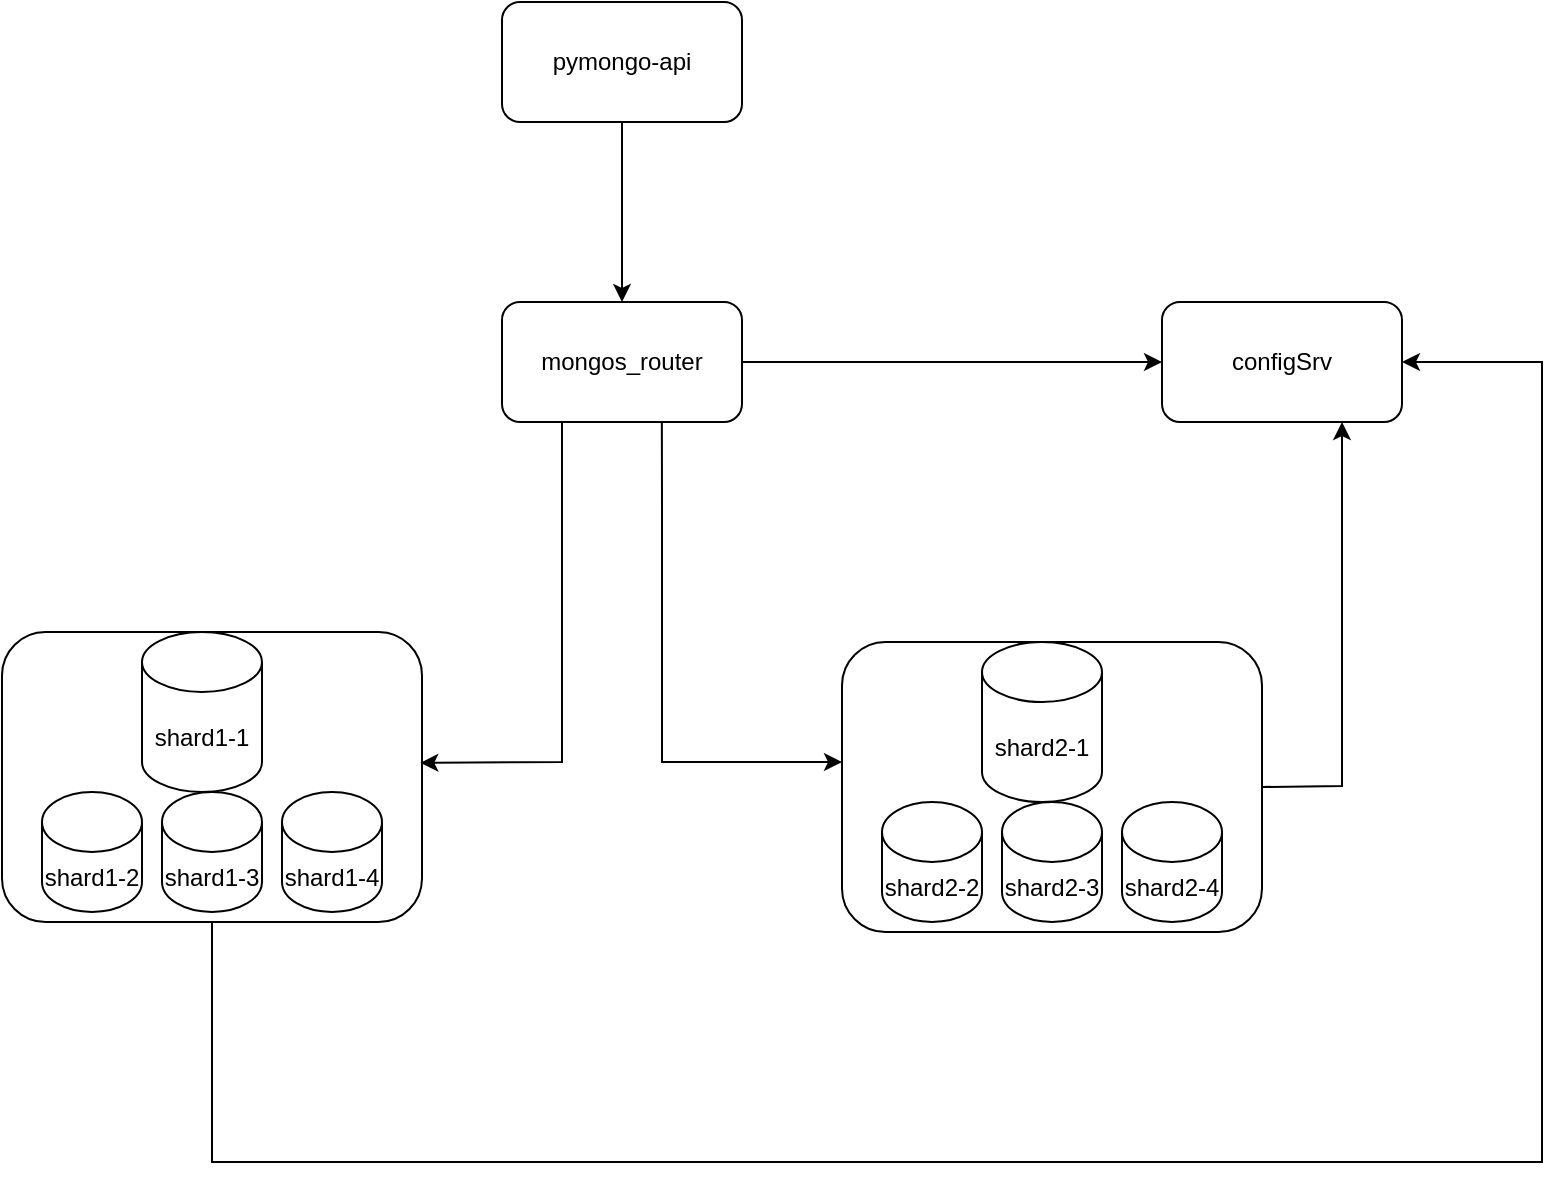
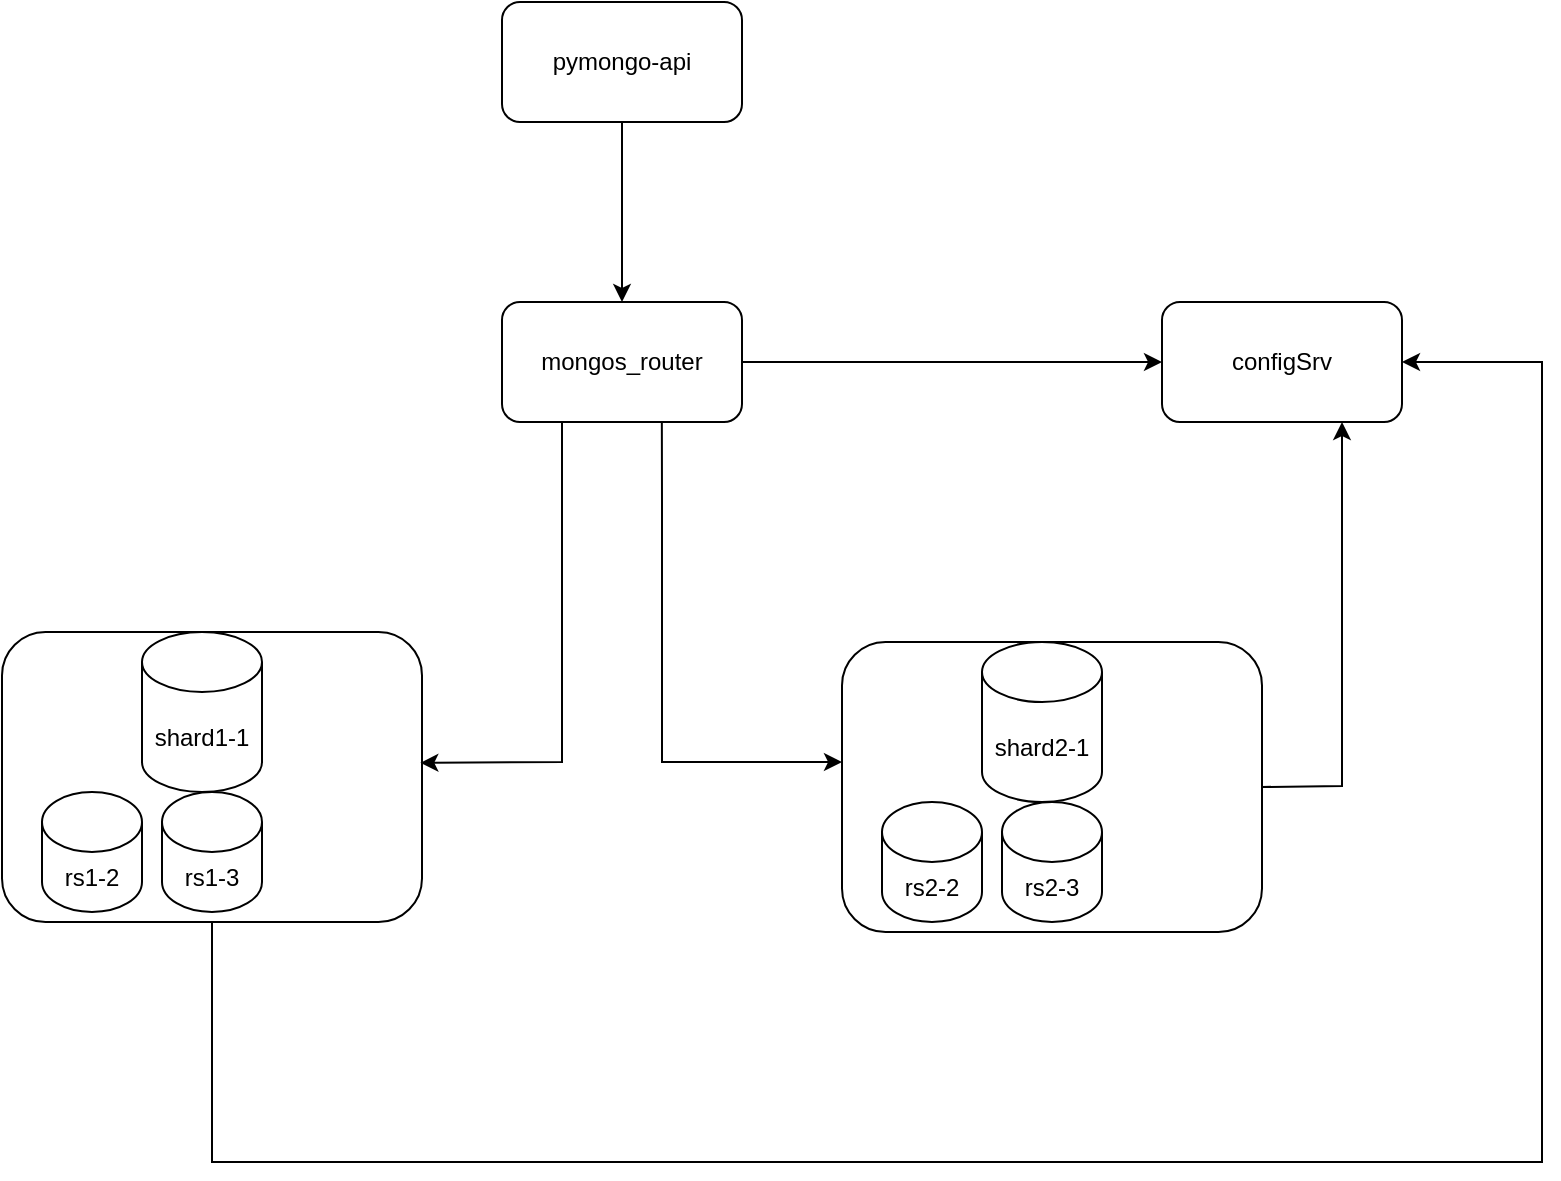
<mxfile host="Electron" agent="Mozilla/5.0 (Macintosh; Intel Mac OS X 10_15_7) AppleWebKit/537.36 (KHTML, like Gecko) draw.io/27.0.9 Chrome/134.0.6998.205 Electron/35.4.0 Safari/537.36" version="27.0.9">
  <diagram name="Page-1" id="-H_mtQnk-PTXWXPvYvuk">
    <mxGraphModel dx="1198" dy="914" grid="1" gridSize="10" guides="1" tooltips="1" connect="1" arrows="1" fold="1" page="1" pageScale="1" pageWidth="1169" pageHeight="827" math="0" shadow="0">
      <root>
        <mxCell id="0" />
        <mxCell id="1" parent="0" />
        <mxCell id="CvNH-Yc4kmu2Opaz4pRZ-20" value="" style="rounded=1;whiteSpace=wrap;html=1;" vertex="1" parent="1">
          <mxGeometry x="570" y="420" width="210" height="145" as="geometry" />
        </mxCell>
        <mxCell id="CvNH-Yc4kmu2Opaz4pRZ-19" value="" style="rounded=1;whiteSpace=wrap;html=1;" vertex="1" parent="1">
          <mxGeometry x="150" y="415" width="210" height="145" as="geometry" />
        </mxCell>
        <mxCell id="zA23MoTUsTF4_91t8viU-2" value="shard1-1" style="shape=cylinder3;whiteSpace=wrap;html=1;boundedLbl=1;backgroundOutline=1;size=15;" parent="1" vertex="1">
          <mxGeometry x="220" y="415" width="60" height="80" as="geometry" />
        </mxCell>
        <mxCell id="zA23MoTUsTF4_91t8viU-3" value="pymongo-api" style="rounded=1;whiteSpace=wrap;html=1;" parent="1" vertex="1">
          <mxGeometry x="400" y="100" width="120" height="60" as="geometry" />
        </mxCell>
        <mxCell id="CvNH-Yc4kmu2Opaz4pRZ-2" value="shard2-1" style="shape=cylinder3;whiteSpace=wrap;html=1;boundedLbl=1;backgroundOutline=1;size=15;" vertex="1" parent="1">
          <mxGeometry x="640" y="420" width="60" height="80" as="geometry" />
        </mxCell>
        <mxCell id="CvNH-Yc4kmu2Opaz4pRZ-4" value="configSrv" style="rounded=1;whiteSpace=wrap;html=1;" vertex="1" parent="1">
          <mxGeometry x="730" y="250" width="120" height="60" as="geometry" />
        </mxCell>
        <mxCell id="CvNH-Yc4kmu2Opaz4pRZ-5" value="mongos_router" style="rounded=1;whiteSpace=wrap;html=1;" vertex="1" parent="1">
          <mxGeometry x="400" y="250" width="120" height="60" as="geometry" />
        </mxCell>
        <mxCell id="CvNH-Yc4kmu2Opaz4pRZ-6" value="" style="endArrow=classic;html=1;rounded=0;exitX=0.5;exitY=1;exitDx=0;exitDy=0;entryX=0.5;entryY=0;entryDx=0;entryDy=0;" edge="1" parent="1" source="zA23MoTUsTF4_91t8viU-3" target="CvNH-Yc4kmu2Opaz4pRZ-5">
          <mxGeometry width="50" height="50" relative="1" as="geometry">
            <mxPoint x="500" y="430" as="sourcePoint" />
            <mxPoint x="550" y="380" as="targetPoint" />
          </mxGeometry>
        </mxCell>
        <mxCell id="CvNH-Yc4kmu2Opaz4pRZ-7" value="" style="endArrow=classic;html=1;rounded=0;exitX=0.25;exitY=1;exitDx=0;exitDy=0;entryX=0.996;entryY=0.451;entryDx=0;entryDy=0;entryPerimeter=0;" edge="1" parent="1" source="CvNH-Yc4kmu2Opaz4pRZ-5" target="CvNH-Yc4kmu2Opaz4pRZ-19">
          <mxGeometry width="50" height="50" relative="1" as="geometry">
            <mxPoint x="319.5" y="180" as="sourcePoint" />
            <mxPoint x="430" y="440" as="targetPoint" />
            <Array as="points">
              <mxPoint x="430" y="350" />
              <mxPoint x="430" y="370" />
              <mxPoint x="430" y="480" />
            </Array>
          </mxGeometry>
        </mxCell>
        <mxCell id="CvNH-Yc4kmu2Opaz4pRZ-8" value="" style="endArrow=classic;html=1;rounded=0;exitX=0.666;exitY=1.003;exitDx=0;exitDy=0;exitPerimeter=0;" edge="1" parent="1" source="CvNH-Yc4kmu2Opaz4pRZ-5">
          <mxGeometry width="50" height="50" relative="1" as="geometry">
            <mxPoint x="610" y="320" as="sourcePoint" />
            <mxPoint x="570" y="480" as="targetPoint" />
            <Array as="points">
              <mxPoint x="480" y="350" />
              <mxPoint x="480" y="480" />
            </Array>
          </mxGeometry>
        </mxCell>
        <mxCell id="CvNH-Yc4kmu2Opaz4pRZ-12" value="" style="endArrow=classic;html=1;rounded=0;exitX=1;exitY=0.5;exitDx=0;exitDy=0;entryX=0;entryY=0.5;entryDx=0;entryDy=0;" edge="1" parent="1" source="CvNH-Yc4kmu2Opaz4pRZ-5" target="CvNH-Yc4kmu2Opaz4pRZ-4">
          <mxGeometry width="50" height="50" relative="1" as="geometry">
            <mxPoint x="580" y="200" as="sourcePoint" />
            <mxPoint x="580" y="290" as="targetPoint" />
          </mxGeometry>
        </mxCell>
-         <mxCell id="CvNH-Yc4kmu2Opaz4pRZ-13" value="shard1-4" style="shape=cylinder3;whiteSpace=wrap;html=1;boundedLbl=1;backgroundOutline=1;size=15;" vertex="1" parent="1">
-           <mxGeometry x="290" y="495" width="50" height="60" as="geometry" />
-         </mxCell>
-         <mxCell id="CvNH-Yc4kmu2Opaz4pRZ-14" value="shard1-3" style="shape=cylinder3;whiteSpace=wrap;html=1;boundedLbl=1;backgroundOutline=1;size=15;" vertex="1" parent="1">
+         <mxCell id="CvNH-Yc4kmu2Opaz4pRZ-14" value="rs1-3" style="shape=cylinder3;whiteSpace=wrap;html=1;boundedLbl=1;backgroundOutline=1;size=15;" vertex="1" parent="1">
          <mxGeometry x="230" y="495" width="50" height="60" as="geometry" />
        </mxCell>
-         <mxCell id="CvNH-Yc4kmu2Opaz4pRZ-15" value="shard1-2" style="shape=cylinder3;whiteSpace=wrap;html=1;boundedLbl=1;backgroundOutline=1;size=15;" vertex="1" parent="1">
+         <mxCell id="CvNH-Yc4kmu2Opaz4pRZ-15" value="rs1-2" style="shape=cylinder3;whiteSpace=wrap;html=1;boundedLbl=1;backgroundOutline=1;size=15;" vertex="1" parent="1">
          <mxGeometry x="170" y="495" width="50" height="60" as="geometry" />
        </mxCell>
-         <mxCell id="CvNH-Yc4kmu2Opaz4pRZ-16" value="shard2-2" style="shape=cylinder3;whiteSpace=wrap;html=1;boundedLbl=1;backgroundOutline=1;size=15;" vertex="1" parent="1">
+         <mxCell id="CvNH-Yc4kmu2Opaz4pRZ-16" value="rs2-2" style="shape=cylinder3;whiteSpace=wrap;html=1;boundedLbl=1;backgroundOutline=1;size=15;" vertex="1" parent="1">
          <mxGeometry x="590" y="500" width="50" height="60" as="geometry" />
        </mxCell>
-         <mxCell id="CvNH-Yc4kmu2Opaz4pRZ-17" value="shard2-3" style="shape=cylinder3;whiteSpace=wrap;html=1;boundedLbl=1;backgroundOutline=1;size=15;" vertex="1" parent="1">
+         <mxCell id="CvNH-Yc4kmu2Opaz4pRZ-17" value="rs2-3" style="shape=cylinder3;whiteSpace=wrap;html=1;boundedLbl=1;backgroundOutline=1;size=15;" vertex="1" parent="1">
          <mxGeometry x="650" y="500" width="50" height="60" as="geometry" />
-         </mxCell>
-         <mxCell id="CvNH-Yc4kmu2Opaz4pRZ-18" value="shard2-4" style="shape=cylinder3;whiteSpace=wrap;html=1;boundedLbl=1;backgroundOutline=1;size=15;" vertex="1" parent="1">
-           <mxGeometry x="710" y="500" width="50" height="60" as="geometry" />
        </mxCell>
        <mxCell id="CvNH-Yc4kmu2Opaz4pRZ-21" value="" style="endArrow=classic;html=1;rounded=0;exitX=0.5;exitY=1;exitDx=0;exitDy=0;entryX=1;entryY=0.5;entryDx=0;entryDy=0;" edge="1" parent="1" source="CvNH-Yc4kmu2Opaz4pRZ-19" target="CvNH-Yc4kmu2Opaz4pRZ-4">
          <mxGeometry width="50" height="50" relative="1" as="geometry">
            <mxPoint x="400" y="530" as="sourcePoint" />
            <mxPoint x="920" y="280" as="targetPoint" />
            <Array as="points">
              <mxPoint x="255" y="680" />
              <mxPoint x="400" y="680" />
              <mxPoint x="920" y="680" />
              <mxPoint x="920" y="280" />
            </Array>
          </mxGeometry>
        </mxCell>
        <mxCell id="CvNH-Yc4kmu2Opaz4pRZ-22" value="" style="endArrow=classic;html=1;rounded=0;exitX=1;exitY=0.5;exitDx=0;exitDy=0;entryX=0.75;entryY=1;entryDx=0;entryDy=0;" edge="1" parent="1" source="CvNH-Yc4kmu2Opaz4pRZ-20" target="CvNH-Yc4kmu2Opaz4pRZ-4">
          <mxGeometry width="50" height="50" relative="1" as="geometry">
            <mxPoint x="820" y="560" as="sourcePoint" />
            <mxPoint x="910" y="730" as="targetPoint" />
            <Array as="points">
              <mxPoint x="820" y="492" />
            </Array>
          </mxGeometry>
        </mxCell>
      </root>
    </mxGraphModel>
  </diagram>
</mxfile>
